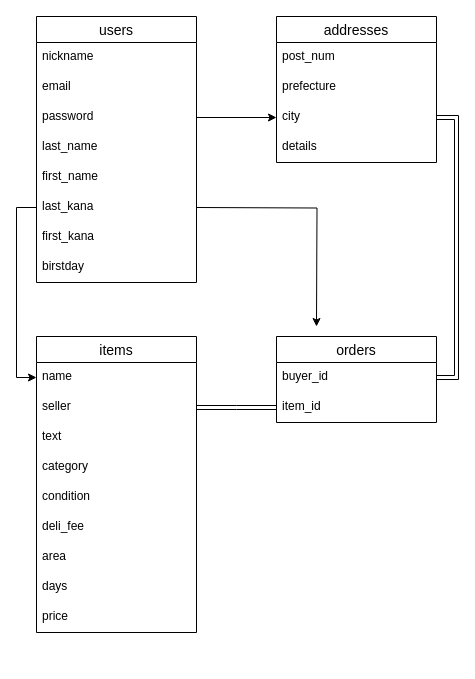
This is data.dio from miyamoto-yoshiki/furima-31734, a draw.io file, before an edit. Source tidied: cells renumbered, new cells numbered last; positions are measured from the earlier drawing's top-left corner, leaving out a move shared by most shapes. Both pictures are drawn from the tidied source at 100%, with x=0, y=0 at pixel (16, 16).
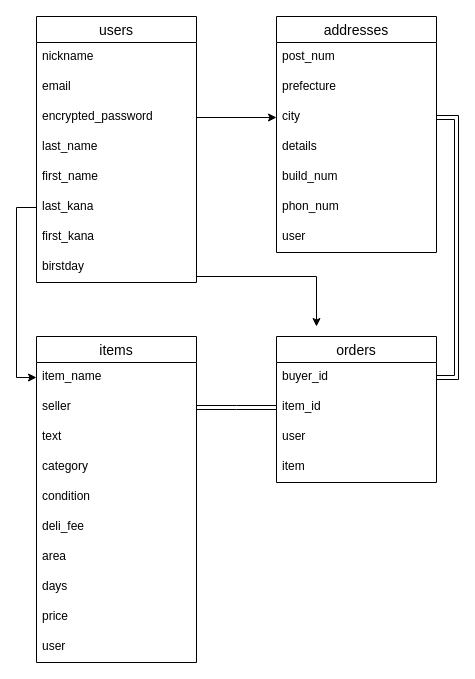
The same diagram, later.

Commit message (it also covers changes not shown here):
外部キー制約の追加等

The change refers to these unchanged cells:
```xml
<mxCell id="16" value="users" style="swimlane;fontStyle=0;horizontal=1;startSize=26;align=center;fontSize=14;" parent="1" vertex="1">
  <mxGeometry x="20" width="160" height="266" as="geometry" />
</mxCell>
```

Change to the diagram source:
```diff
@@
     <mxCell id="2" value="orders" style="swimlane;fontStyle=0;horizontal=1;startSize=26;align=center;fontSize=14;" parent="1" vertex="1">
-      <mxGeometry x="260" y="320" width="160" height="86" as="geometry" />
+      <mxGeometry x="260" y="320" width="160" height="146" as="geometry" />
     </mxCell>
@@
+    <mxCell id="34" value="user" style="text;strokeColor=none;fillColor=none;spacingLeft=4;spacingRight=4;overflow=hidden;fontSize=12;" parent="2" vertex="1">
+      <mxGeometry y="86" width="160" height="30" as="geometry" />
+    </mxCell>
+    <mxCell id="35" value="item" style="text;strokeColor=none;fillColor=none;spacingLeft=4;spacingRight=4;overflow=hidden;fontSize=12;" parent="2" vertex="1">
+      <mxGeometry y="116" width="160" height="30" as="geometry" />
+    </mxCell>
     <mxCell id="5" value="items" style="swimlane;fontStyle=0;horizontal=1;startSize=26;align=center;fontSize=14;" parent="1" vertex="1">
-      <mxGeometry x="20" y="320" width="160" height="296" as="geometry" />
+      <mxGeometry x="20" y="320" width="160" height="326" as="geometry" />
     </mxCell>
-    <mxCell id="6" value="name" style="text;strokeColor=none;fillColor=none;spacingLeft=4;spacingRight=4;overflow=hidden;points=[[0,0.5],[1,0.5]];portConstraint=eastwest;fontSize=12;" parent="5" vertex="1">
+    <mxCell id="6" value="item_name" style="text;strokeColor=none;fillColor=none;spacingLeft=4;spacingRight=4;overflow=hidden;points=[[0,0.5],[1,0.5]];portConstraint=eastwest;fontSize=12;" parent="5" vertex="1">
       <mxGeometry y="26" width="160" height="30" as="geometry" />
     </mxCell>
@@
+    <mxCell id="36" value="price" style="text;strokeColor=none;fillColor=none;spacingLeft=4;spacingRight=4;overflow=hidden;fontSize=12;" parent="5" vertex="1">
+      <mxGeometry y="266" width="160" height="30" as="geometry" />
+    </mxCell>
-    <mxCell id="14" value="price" style="text;strokeColor=none;fillColor=none;spacingLeft=4;spacingRight=4;overflow=hidden;fontSize=12;" parent="5" vertex="1">
-      <mxGeometry y="266" width="160" height="30" as="geometry" />
+    <mxCell id="14" value="user" style="text;strokeColor=none;fillColor=none;spacingLeft=4;spacingRight=4;overflow=hidden;fontSize=12;" parent="5" vertex="1">
+      <mxGeometry y="296" width="160" height="30" as="geometry" />
     </mxCell>
@@
-    <mxCell id="19" value="password" style="text;strokeColor=none;fillColor=none;spacingLeft=4;spacingRight=4;overflow=hidden;points=[[0,0.5],[1,0.5]];portConstraint=eastwest;fontSize=12;" parent="16" vertex="1">
+    <mxCell id="19" value="encrypted_password" style="text;strokeColor=none;fillColor=none;spacingLeft=4;spacingRight=4;overflow=hidden;points=[[0,0.5],[1,0.5]];portConstraint=eastwest;fontSize=12;" parent="16" vertex="1">
       <mxGeometry y="86" width="160" height="30" as="geometry" />
     </mxCell>
@@
     <mxCell id="26" style="edgeStyle=orthogonalEdgeStyle;rounded=0;orthogonalLoop=1;jettySize=auto;html=1;exitX=1;exitY=0.5;exitDx=0;exitDy=0;" parent="1" edge="1">
       <mxGeometry relative="1" as="geometry">
         <mxPoint x="180" y="191" as="sourcePoint" />
         <mxPoint x="300" y="310" as="targetPoint" />
+        <Array as="points">
+          <mxPoint x="180" y="260" />
+          <mxPoint x="300" y="260" />
+        </Array>
       </mxGeometry>
     </mxCell>
     <mxCell id="27" value="addresses" style="swimlane;fontStyle=0;horizontal=1;startSize=26;align=center;fontSize=14;" parent="1" vertex="1">
-      <mxGeometry x="260" width="160" height="146" as="geometry" />
+      <mxGeometry x="260" width="160" height="236" as="geometry" />
     </mxCell>
@@
+    <mxCell id="37" value="details" style="text;strokeColor=none;fillColor=none;spacingLeft=4;spacingRight=4;overflow=hidden;fontSize=12;" parent="27" vertex="1">
+      <mxGeometry y="116" width="160" height="30" as="geometry" />
+    </mxCell>
+    <mxCell id="38" value="build_num" style="text;strokeColor=none;fillColor=none;spacingLeft=4;spacingRight=4;overflow=hidden;fontSize=12;" parent="27" vertex="1">
+      <mxGeometry y="146" width="160" height="30" as="geometry" />
+    </mxCell>
+    <mxCell id="39" value="phon_num" style="text;strokeColor=none;fillColor=none;spacingLeft=4;spacingRight=4;overflow=hidden;fontSize=12;" parent="27" vertex="1">
+      <mxGeometry y="176" width="160" height="30" as="geometry" />
+    </mxCell>
-    <mxCell id="31" value="details" style="text;strokeColor=none;fillColor=none;spacingLeft=4;spacingRight=4;overflow=hidden;fontSize=12;" parent="27" vertex="1">
-      <mxGeometry y="116" width="160" height="30" as="geometry" />
+    <mxCell id="31" value="user" style="text;strokeColor=none;fillColor=none;spacingLeft=4;spacingRight=4;overflow=hidden;fontSize=12;" parent="27" vertex="1">
+      <mxGeometry y="206" width="160" height="30" as="geometry" />
     </mxCell>
```
